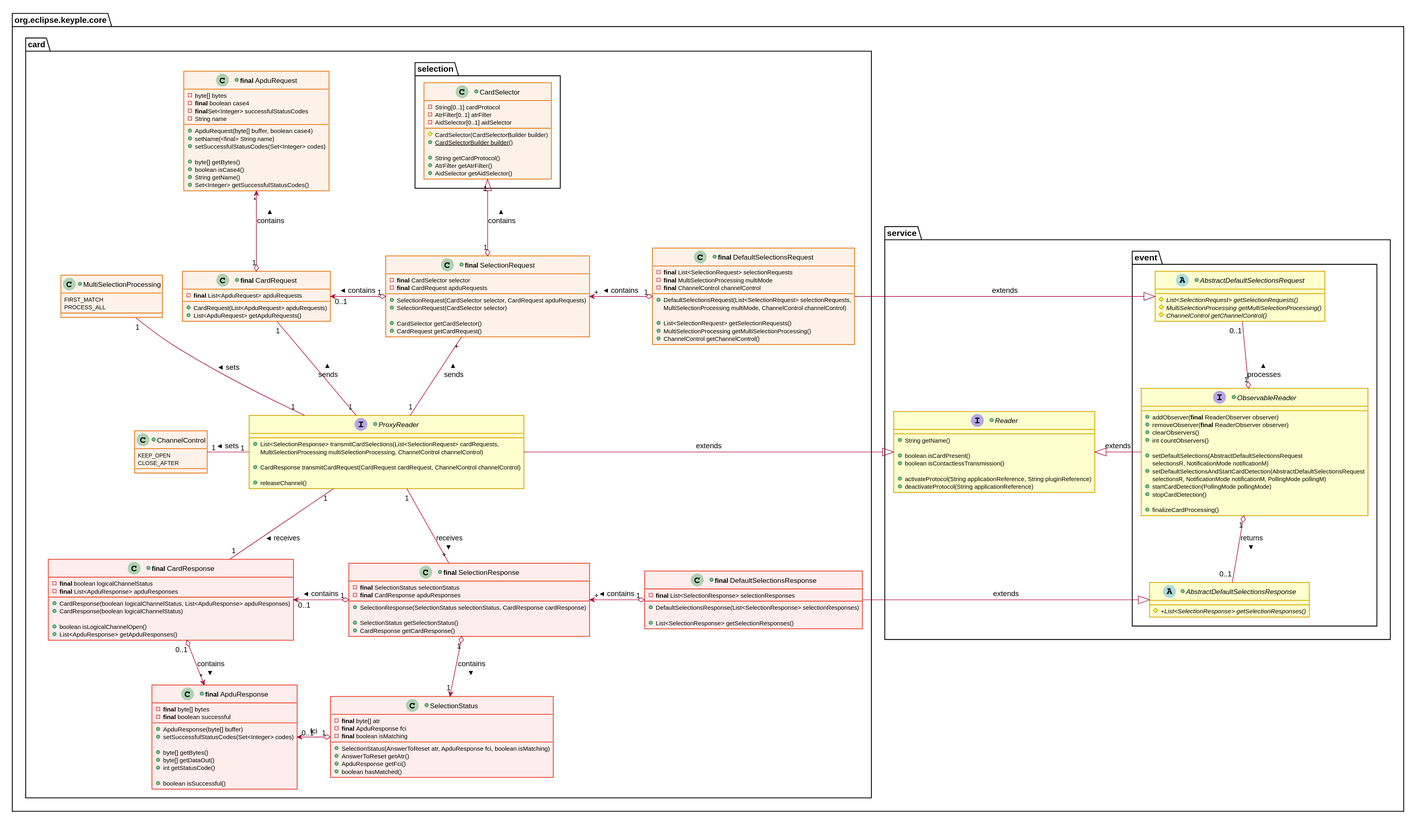
This is docs/KeypleCoreApi/img/KeypleCore_Card_ClassDiag_CardMessage_1_0_0.svg from calypsonet/keyple, a PlantUML export, as it was before one commit.
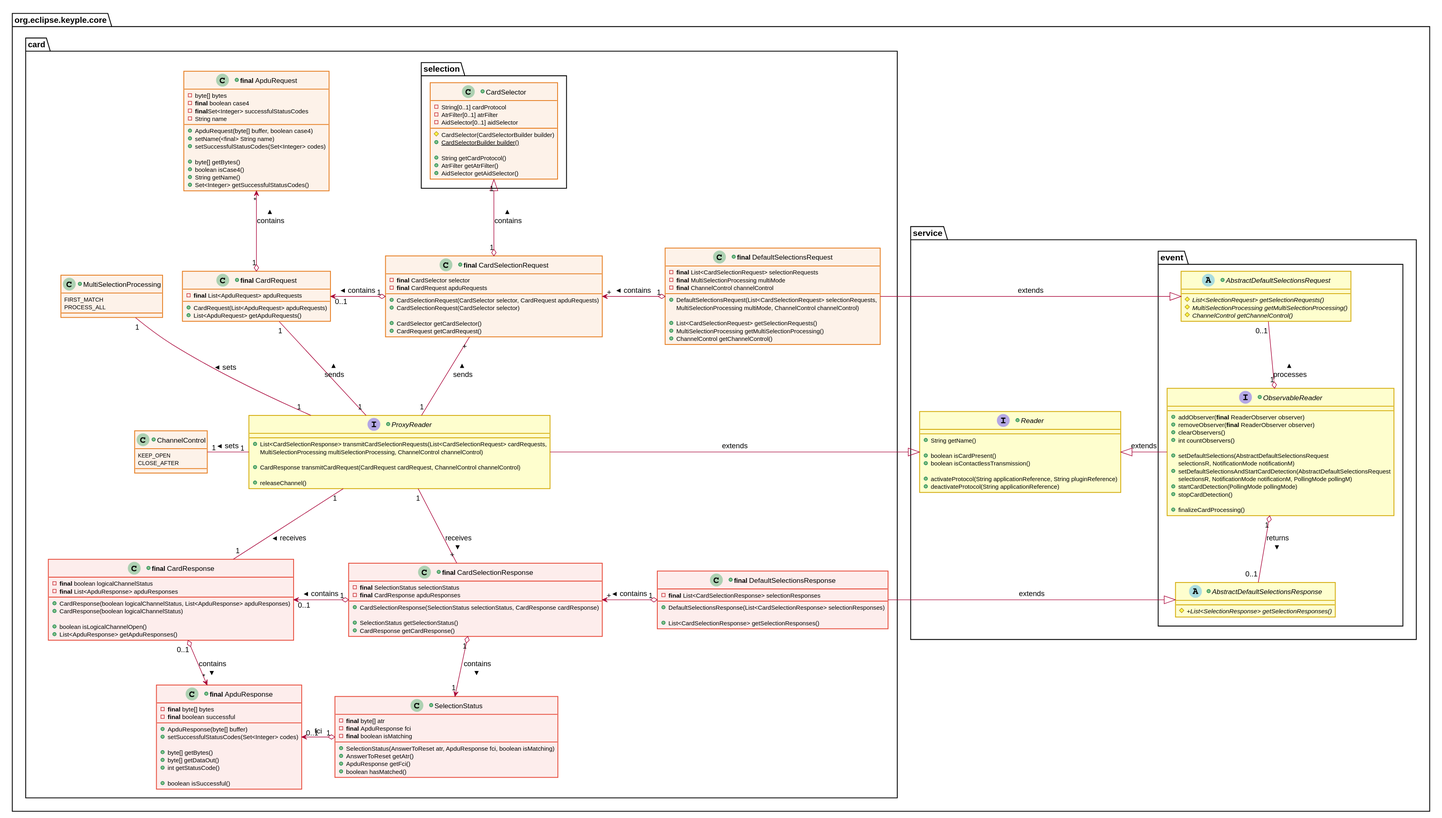
The same file after the commit.

Change to the diagram source:
```diff
@@ -78,28 +78,28 @@
 
   package card #FFFFFF {
     together {
-+class "<b>final</b> SelectionRequest" as SelectionRequest {
++class "<b>final</b> CardSelectionRequest" as CardSelectionRequest {
   -<b>final</b> CardSelector selector
   -<b>final</b> CardRequest apduRequests
 
-  +SelectionRequest(CardSelector selector, CardRequest apduRequests)
-  +SelectionRequest(CardSelector selector)
+  +CardSelectionRequest(CardSelector selector, CardRequest apduRequests)
+  +CardSelectionRequest(CardSelector selector)
 
   +CardSelector getCardSelector()
   +CardRequest getCardRequest()
 }
 
-+class "<b>final</b> SelectionResponse" as SelectionResponse {
++class "<b>final</b> CardSelectionResponse" as CardSelectionResponse {
   -<b>final</b> SelectionStatus selectionStatus
   -<b>final</b> CardResponse apduResponses
 
-  +SelectionResponse(SelectionStatus selectionStatus, CardResponse cardResponse)
+  +CardSelectionResponse(SelectionStatus selectionStatus, CardResponse cardResponse)
 
   +SelectionStatus getSelectionStatus()
   +CardResponse getCardResponse()
 }
 +interface ProxyReader {
-  +List<SelectionResponse> transmitCardSelections(List<SelectionRequest> cardRequests,
+  +List<CardSelectionResponse> transmitCardSelectionRequests(List<CardSelectionRequest> cardRequests,
     MultiSelectionProcessing multiSelectionProcessing, ChannelControl channelControl)
 
   +CardResponse transmitCardRequest(CardRequest cardRequest, ChannelControl channelControl)
@@ -133,15 +133,15 @@
 }
     }
 
-    SelectionRequest "1" o-left-> "0..1" CardRequest : contains >
+    CardSelectionRequest "1" o-left-> "0..1" CardRequest : contains >
     ProxyReader "1" -left- "1" ChannelControl : sets >
     MultiSelectionProcessing "1" -- "1" ProxyReader : sets <
-    SelectionResponse "1" o-left-> "0..1" CardResponse : contains >
+    CardSelectionResponse "1" o-left-> "0..1" CardResponse : contains >
     ChannelControl -up[hidden]-> CardRequest
     ChannelControl -down[hidden]-> CardResponse
     MultiSelectionProcessing -right[hidden]-> ChannelControl
-    ProxyReader "1" -up- "+" SelectionRequest : sends >
-    ProxyReader "1" -down- "+" SelectionResponse : receives >
+    ProxyReader "1" -up- "+" CardSelectionRequest : sends >
+    ProxyReader "1" -down- "+" CardSelectionResponse : receives >
     ProxyReader "1" -- "1" CardRequest : sends >
     ProxyReader "1" -- "1" CardResponse : receives >
 
@@ -202,31 +202,31 @@
   +ApduResponse getFci()
   +boolean hasMatched()
 }
-    SelectionRequest "1" o-up-|> "1" CardSelector : contains >
-    SelectionResponse "1" o-down-> "1" SelectionStatus : contains >
+    CardSelectionRequest "1" o-up-|> "1" CardSelector : contains >
+    CardSelectionResponse "1" o-down-> "1" SelectionStatus : contains >
 
     SelectionStatus "1" o-left-> "0..1" ApduResponse : fci
 
 +class "<b>final</b> DefaultSelectionsRequest" as DefaultSelectionsRequest {
-  -<b>final</b> List<SelectionRequest> selectionRequests
+  -<b>final</b> List<CardSelectionRequest> selectionRequests
   -<b>final</b> MultiSelectionProcessing multiMode
   -<b>final</b> ChannelControl channelControl
-  +DefaultSelectionsRequest(List<SelectionRequest> selectionRequests,
+  +DefaultSelectionsRequest(List<CardSelectionRequest> selectionRequests,
     MultiSelectionProcessing multiMode, ChannelControl channelControl)
 
-  +List<SelectionRequest> getSelectionRequests()
+  +List<CardSelectionRequest> getSelectionRequests()
   +MultiSelectionProcessing getMultiSelectionProcessing()
   +ChannelControl getChannelControl()
 }
 
 +class "<b>final</b> DefaultSelectionsResponse" as DefaultSelectionsResponse {
-  -<b>final</b> List<SelectionResponse> selectionResponses
-  +DefaultSelectionsResponse(List<SelectionResponse> selectionResponses)
+  -<b>final</b> List<CardSelectionResponse> selectionResponses
+  +DefaultSelectionsResponse(List<CardSelectionResponse> selectionResponses)
 
-  +List<SelectionResponse> getSelectionResponses()
+  +List<CardSelectionResponse> getSelectionResponses()
 }
-    DefaultSelectionsRequest "1" o-left-> "+" SelectionRequest : contains >
-    DefaultSelectionsResponse "1" o-left-> "+" SelectionResponse : contains >
+    DefaultSelectionsRequest "1" o-left-> "+" CardSelectionRequest : contains >
+    DefaultSelectionsResponse "1" o-left-> "+" CardSelectionResponse : contains >
   }
 
   ProxyReader -right-|> Reader : extends
@@ -242,7 +242,7 @@
 
 class ApduRequest <<Send>>
 class CardRequest <<Send>>
-class SelectionRequest <<Send>>
+class CardSelectionRequest <<Send>>
 class DefaultSelectionsRequest <<Send>>
 class CardSelector <<Send>>
 class ChannelControl <<Send>>
@@ -251,7 +251,7 @@
 
 class CardResponse <<Receive>>
 class ApduResponse <<Receive>>
-class SelectionResponse <<Receive>>
+class CardSelectionResponse <<Receive>>
 class SelectionStatus <<Receive>>
 class DefaultSelectionsResponse <<Receive>>
 hide <<Receive>> stereotype
```
